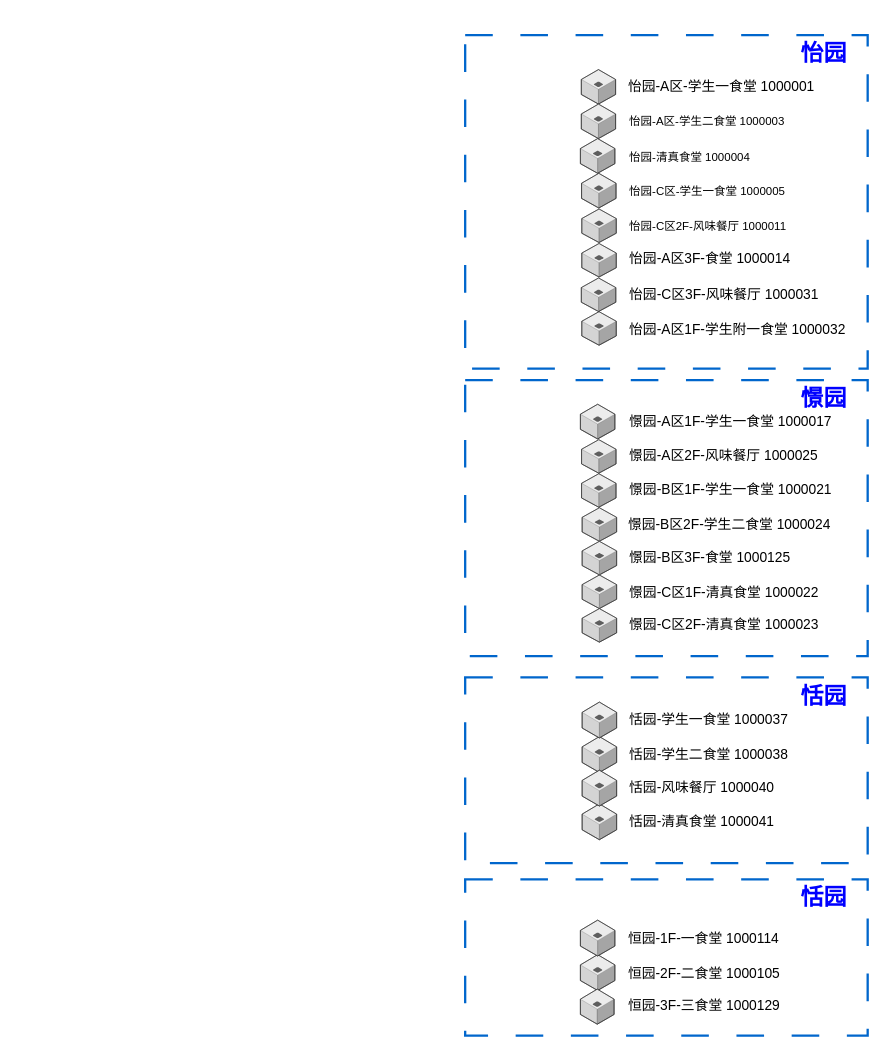
Earlier version of the draw.io diagram page "第 2 页" (2 of 2) of 未命名绘图.drawio (dilzjj/myResearch). Source tidied: cells renumbered, new cells numbered last; positions are measured from the earlier drawing's top-left corner, leaving out a move shared by most shapes. Both pictures are drawn from the tidied source at 115%, with x=0, y=0 at pixel (465, 34).
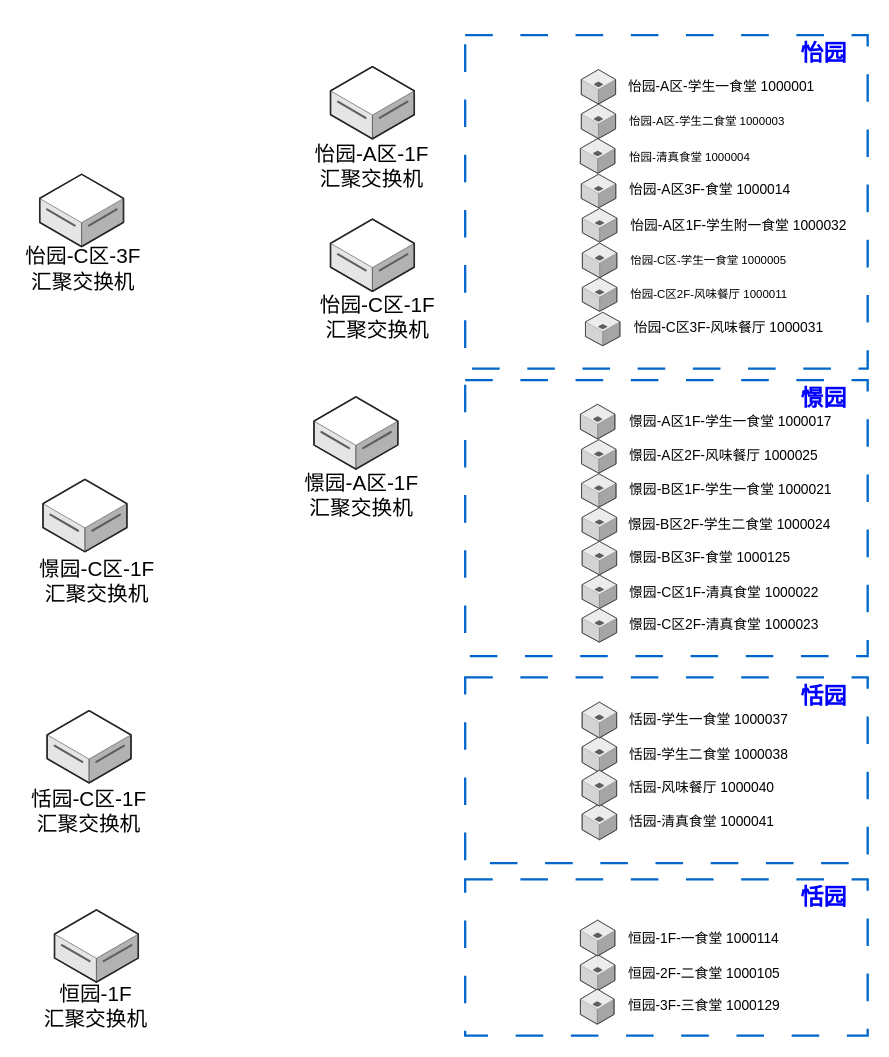
The same diagram, later.

Commit message:
更新未命名绘图2.drawio

Diff of the diagram source:
```diff
@@
     <mxCell id="12" style="verticalLabelPosition=bottom;html=1;verticalAlign=top;strokeWidth=1;dashed=0;shape=mxgraph.aws3d.application_server;fillColor=#ECECEC;strokeColor=#5E5E5E;rounded=1;shadow=0;comic=0;fontSize=12;" parent="1" vertex="1">
-      <mxGeometry x="101.2" y="120.2" width="30" height="30.2" as="geometry" />
+      <mxGeometry x="101.9" y="180.8" width="30" height="30.2" as="geometry" />
     </mxCell>
     <mxCell id="13" style="verticalLabelPosition=bottom;html=1;verticalAlign=top;strokeWidth=1;dashed=0;shape=mxgraph.aws3d.application_server;fillColor=#ECECEC;strokeColor=#5E5E5E;rounded=1;shadow=0;comic=0;fontSize=12;" parent="1" vertex="1">
-      <mxGeometry x="101.4" y="151.2" width="30" height="29.2" as="geometry" />
+      <mxGeometry x="101.9" y="211" width="30" height="29.2" as="geometry" />
     </mxCell>
     <mxCell id="14" value="&lt;div style=&quot;font-size: 10px;&quot;&gt;怡园-C区-学生一食堂 1000005&lt;/div&gt;" style="text;strokeColor=none;align=left;fillColor=none;html=1;verticalAlign=middle;whiteSpace=wrap;rounded=0;fontSize=10;" parent="1" vertex="1">
-      <mxGeometry x="141.4" y="120.5" width="189.5" height="30" as="geometry" />
+      <mxGeometry x="142.2" y="181" width="189.5" height="30" as="geometry" />
     </mxCell>
     <mxCell id="15" value="&lt;div style=&quot;font-size: 10px;&quot;&gt;怡园-C区2F-风味餐厅 1000011&lt;/div&gt;" style="text;strokeColor=none;align=left;fillColor=none;html=1;verticalAlign=middle;whiteSpace=wrap;rounded=0;fontSize=10;" parent="1" vertex="1">
-      <mxGeometry x="141.4" y="150.5" width="179.5" height="30" as="geometry" />
+      <mxGeometry x="141.9" y="210.2" width="179.5" height="30" as="geometry" />
     </mxCell>
     <mxCell id="16" style="verticalLabelPosition=bottom;html=1;verticalAlign=top;strokeWidth=1;dashed=0;shape=mxgraph.aws3d.application_server;fillColor=#ECECEC;strokeColor=#5E5E5E;rounded=1;shadow=0;comic=0;fontSize=12;" parent="1" vertex="1">
-      <mxGeometry x="101.4" y="181.2" width="30" height="29.2" as="geometry" />
+      <mxGeometry x="101" y="121" width="30" height="29.2" as="geometry" />
     </mxCell>
     <mxCell id="17" value="&lt;div&gt;怡园-A区3F-食堂&amp;nbsp;&lt;span style=&quot;background-color: initial;&quot;&gt;1000014&lt;/span&gt;&lt;/div&gt;" style="text;strokeColor=none;align=left;fillColor=none;html=1;verticalAlign=middle;whiteSpace=wrap;rounded=0;" parent="1" vertex="1">
-      <mxGeometry x="141.4" y="180.5" width="189.5" height="29.5" as="geometry" />
+      <mxGeometry x="141" y="120.2" width="189.5" height="29.5" as="geometry" />
     </mxCell>
     <mxCell id="18" style="verticalLabelPosition=bottom;html=1;verticalAlign=top;strokeWidth=1;dashed=0;shape=mxgraph.aws3d.application_server;fillColor=#ECECEC;strokeColor=#5E5E5E;rounded=1;shadow=0;comic=0;fontSize=12;" parent="1" vertex="1">
-      <mxGeometry x="101" y="211.2" width="30" height="29.2" as="geometry" />
+      <mxGeometry x="104.6" y="241" width="30" height="29.2" as="geometry" />
     </mxCell>
     <mxCell id="19" value="&lt;div&gt;怡园-C区3F-风味餐厅&amp;nbsp;&lt;span style=&quot;background-color: initial;&quot;&gt;1000031&lt;/span&gt;&lt;/div&gt;" style="text;strokeColor=none;align=left;fillColor=none;html=1;verticalAlign=middle;whiteSpace=wrap;rounded=0;" parent="1" vertex="1">
-      <mxGeometry x="141" y="210.5" width="190" height="30" as="geometry" />
+      <mxGeometry x="144.6" y="240.2" width="190" height="30" as="geometry" />
     </mxCell>
     <mxCell id="20" style="verticalLabelPosition=bottom;html=1;verticalAlign=top;strokeWidth=1;dashed=0;shape=mxgraph.aws3d.application_server;fillColor=#ECECEC;strokeColor=#5E5E5E;rounded=1;shadow=0;comic=0;fontSize=12;" parent="1" vertex="1">
-      <mxGeometry x="101.4" y="240.5" width="30" height="29.2" as="geometry" />
+      <mxGeometry x="101.9" y="150.8" width="30" height="29.2" as="geometry" />
     </mxCell>
     <mxCell id="21" value="&lt;div&gt;怡园-A区1F-学生附一食堂&amp;nbsp;&lt;span style=&quot;background-color: initial;&quot;&gt;1000032&lt;/span&gt;&lt;/div&gt;" style="text;strokeColor=none;align=left;fillColor=none;html=1;verticalAlign=middle;whiteSpace=wrap;rounded=0;" parent="1" vertex="1">
-      <mxGeometry x="141.4" y="240.5" width="199.5" height="30" as="geometry" />
+      <mxGeometry x="141.9" y="150.8" width="199.5" height="30" as="geometry" />
     </mxCell>
@@
+    <mxCell id="54" style="verticalLabelPosition=bottom;html=1;verticalAlign=top;strokeWidth=1;align=center;dashed=0;shape=mxgraph.aws3d.dataServer;strokeColor=#5E5E5E;" parent="1" vertex="1">
+      <mxGeometry x="-117.1" y="27.4" width="72.9" height="62.9" as="geometry" />
+    </mxCell>
+    <mxCell id="55" style="verticalLabelPosition=bottom;html=1;verticalAlign=top;strokeWidth=1;align=center;dashed=0;shape=mxgraph.aws3d.dataServer;strokeColor=#5E5E5E;" parent="1" vertex="1">
+      <mxGeometry x="-117.1" y="160" width="72.9" height="62.9" as="geometry" />
+    </mxCell>
+    <mxCell id="56" value="&lt;font style=&quot;font-size: 18px;&quot;&gt;&lt;font style=&quot;font-size: 18px;&quot;&gt;怡园-A区-1F&lt;/font&gt;&lt;/font&gt;&lt;div style=&quot;font-size: 18px;&quot;&gt;&lt;font style=&quot;font-size: 18px;&quot;&gt;&lt;font style=&quot;font-size: 18px;&quot;&gt;汇聚交换机&lt;/font&gt;&lt;/font&gt;&lt;/div&gt;" style="text;strokeColor=none;align=center;fillColor=none;html=1;verticalAlign=middle;whiteSpace=wrap;rounded=0;fontSize=10;" parent="1" vertex="1">
+      <mxGeometry x="-135.6" y="100" width="110" height="30" as="geometry" />
+    </mxCell>
+    <mxCell id="57" value="&lt;font style=&quot;font-size: 18px;&quot;&gt;&lt;font style=&quot;font-size: 18px;&quot;&gt;怡园-C区-1F&lt;/font&gt;&lt;/font&gt;&lt;div style=&quot;font-size: 18px;&quot;&gt;&lt;font style=&quot;font-size: 18px;&quot;&gt;&lt;font style=&quot;font-size: 18px;&quot;&gt;汇聚交换机&lt;/font&gt;&lt;/font&gt;&lt;/div&gt;" style="text;strokeColor=none;align=center;fillColor=none;html=1;verticalAlign=middle;whiteSpace=wrap;rounded=0;fontSize=18;" parent="1" vertex="1">
+      <mxGeometry x="-135.6" y="231" width="120" height="30" as="geometry" />
+    </mxCell>
+    <mxCell id="58" style="verticalLabelPosition=bottom;html=1;verticalAlign=top;strokeWidth=1;align=center;dashed=0;shape=mxgraph.aws3d.dataServer;strokeColor=#5E5E5E;" parent="1" vertex="1">
+      <mxGeometry x="-370" y="121" width="72.9" height="62.9" as="geometry" />
+    </mxCell>
+    <mxCell id="59" value="&lt;font style=&quot;font-size: 18px;&quot;&gt;&lt;font style=&quot;font-size: 18px;&quot;&gt;怡园-C区-3F&lt;/font&gt;&lt;/font&gt;&lt;div&gt;&lt;div style=&quot;font-size: 18px;&quot;&gt;&lt;font style=&quot;font-size: 18px;&quot;&gt;&lt;font style=&quot;font-size: 18px;&quot;&gt;汇聚交换机&lt;/font&gt;&lt;/font&gt;&lt;/div&gt;&lt;/div&gt;" style="text;strokeColor=none;align=center;fillColor=none;html=1;verticalAlign=middle;whiteSpace=wrap;rounded=0;fontSize=10;" parent="1" vertex="1">
+      <mxGeometry x="-387.1" y="187.4" width="110" height="33.2" as="geometry" />
+    </mxCell>
+    <mxCell id="60" style="verticalLabelPosition=bottom;html=1;verticalAlign=top;strokeWidth=1;align=center;dashed=0;shape=mxgraph.aws3d.dataServer;strokeColor=#5E5E5E;" parent="1" vertex="1">
+      <mxGeometry x="-131.5" y="314.6" width="72.9" height="62.9" as="geometry" />
+    </mxCell>
+    <mxCell id="61" value="&lt;font style=&quot;font-size: 18px;&quot;&gt;&lt;font style=&quot;font-size: 18px;&quot;&gt;憬园-A区-1F&lt;/font&gt;&lt;/font&gt;&lt;div style=&quot;font-size: 18px;&quot;&gt;&lt;font style=&quot;font-size: 18px;&quot;&gt;&lt;font style=&quot;font-size: 18px;&quot;&gt;汇聚交换机&lt;/font&gt;&lt;/font&gt;&lt;/div&gt;" style="text;strokeColor=none;align=center;fillColor=none;html=1;verticalAlign=middle;whiteSpace=wrap;rounded=0;fontSize=10;" parent="1" vertex="1">
+      <mxGeometry x="-150" y="386.4" width="120" height="30" as="geometry" />
+    </mxCell>
+    <mxCell id="62" style="verticalLabelPosition=bottom;html=1;verticalAlign=top;strokeWidth=1;align=center;dashed=0;shape=mxgraph.aws3d.dataServer;strokeColor=#5E5E5E;" parent="1" vertex="1">
+      <mxGeometry x="-367.1" y="386.4" width="72.9" height="62.9" as="geometry" />
+    </mxCell>
+    <mxCell id="63" value="&lt;font style=&quot;font-size: 18px;&quot;&gt;&lt;font style=&quot;font-size: 18px;&quot;&gt;憬园-C区-1F&lt;/font&gt;&lt;/font&gt;&lt;div&gt;&lt;font style=&quot;font-size: 18px;&quot;&gt;&lt;font style=&quot;font-size: 18px;&quot;&gt;汇聚交换机&lt;/font&gt;&lt;/font&gt;&lt;/div&gt;" style="text;strokeColor=none;align=center;fillColor=none;html=1;verticalAlign=middle;whiteSpace=wrap;rounded=0;fontSize=18;" parent="1" vertex="1">
+      <mxGeometry x="-380" y="461.3" width="120" height="30" as="geometry" />
+    </mxCell>
+    <mxCell id="64" style="verticalLabelPosition=bottom;html=1;verticalAlign=top;strokeWidth=1;align=center;dashed=0;shape=mxgraph.aws3d.dataServer;strokeColor=#5E5E5E;" parent="1" vertex="1">
+      <mxGeometry x="-363.5" y="587.4" width="72.9" height="62.9" as="geometry" />
+    </mxCell>
+    <mxCell id="65" value="&lt;font style=&quot;font-size: 18px;&quot;&gt;&lt;font style=&quot;font-size: 18px;&quot;&gt;恬园-C区-1F&lt;/font&gt;&lt;/font&gt;&lt;div&gt;&lt;font style=&quot;font-size: 18px;&quot;&gt;&lt;font style=&quot;font-size: 18px;&quot;&gt;汇聚交换机&lt;/font&gt;&lt;/font&gt;&lt;/div&gt;" style="text;strokeColor=none;align=center;fillColor=none;html=1;verticalAlign=middle;whiteSpace=wrap;rounded=0;fontSize=18;" parent="1" vertex="1">
+      <mxGeometry x="-387.1" y="661.1" width="120" height="30" as="geometry" />
+    </mxCell>
+    <mxCell id="66" style="verticalLabelPosition=bottom;html=1;verticalAlign=top;strokeWidth=1;align=center;dashed=0;shape=mxgraph.aws3d.dataServer;strokeColor=#5E5E5E;" parent="1" vertex="1">
+      <mxGeometry x="-357.1" y="760.7" width="72.9" height="62.9" as="geometry" />
+    </mxCell>
+    <mxCell id="67" value="&lt;font style=&quot;font-size: 18px;&quot;&gt;&lt;font style=&quot;font-size: 18px;&quot;&gt;恒园-1F&lt;/font&gt;&lt;/font&gt;&lt;div style=&quot;font-size: 18px;&quot;&gt;&lt;font style=&quot;font-size: 18px;&quot;&gt;&lt;font style=&quot;font-size: 18px;&quot;&gt;汇聚交换机&lt;/font&gt;&lt;/font&gt;&lt;/div&gt;" style="text;strokeColor=none;align=center;fillColor=none;html=1;verticalAlign=middle;whiteSpace=wrap;rounded=0;fontSize=18;" parent="1" vertex="1">
+      <mxGeometry x="-380.6" y="830.1" width="120" height="30" as="geometry" />
+    </mxCell>
```
